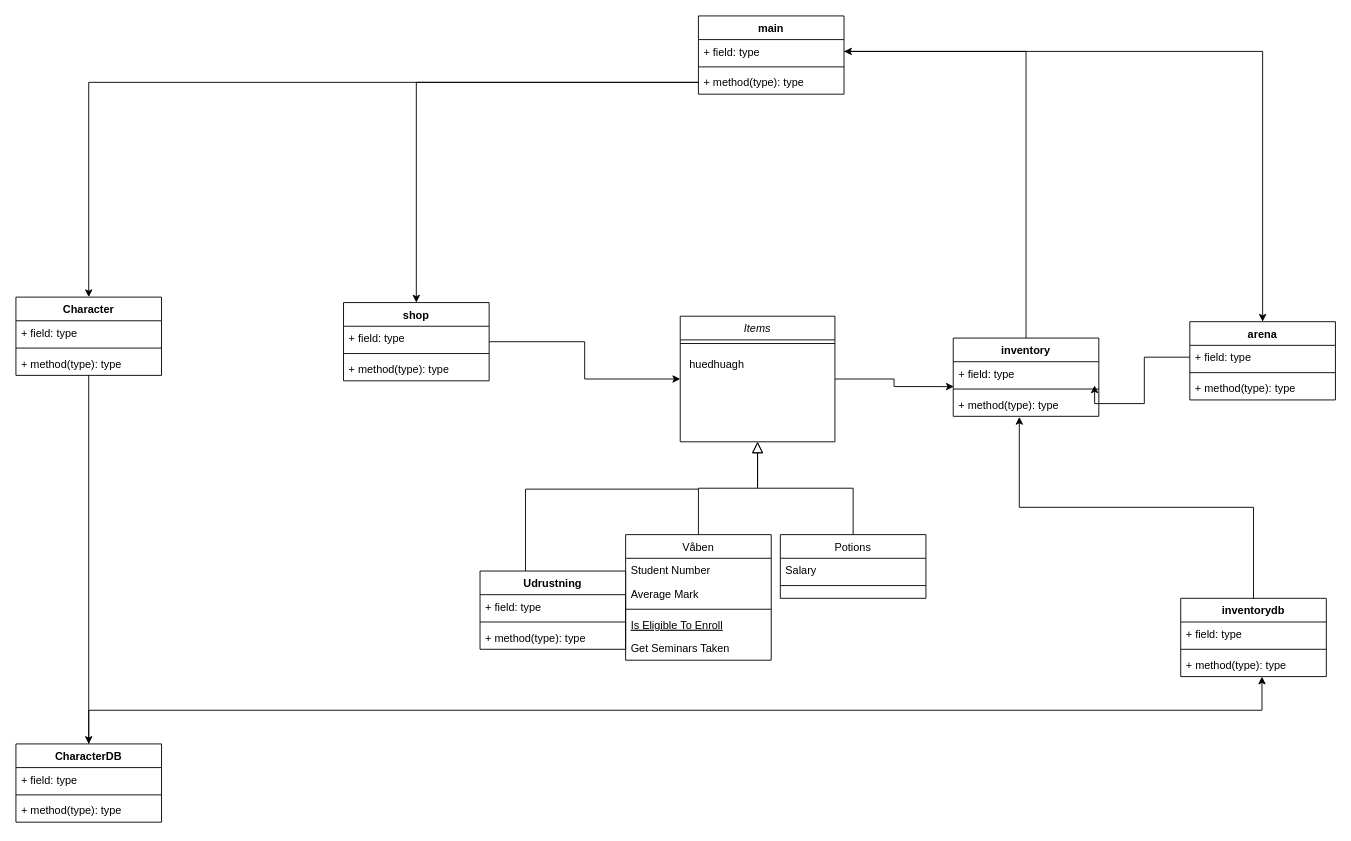
Earlier version of the draw.io diagram Unavngivet diagram.drawio (cao002eduzealand/waf). Source tidied: cells renumbered, new cells numbered last; positions are measured from the earlier drawing's top-left corner, leaving out a move shared by most shapes. Both pictures are drawn from the tidied source at 91%, with x=0, y=0 at pixel (15, 15).
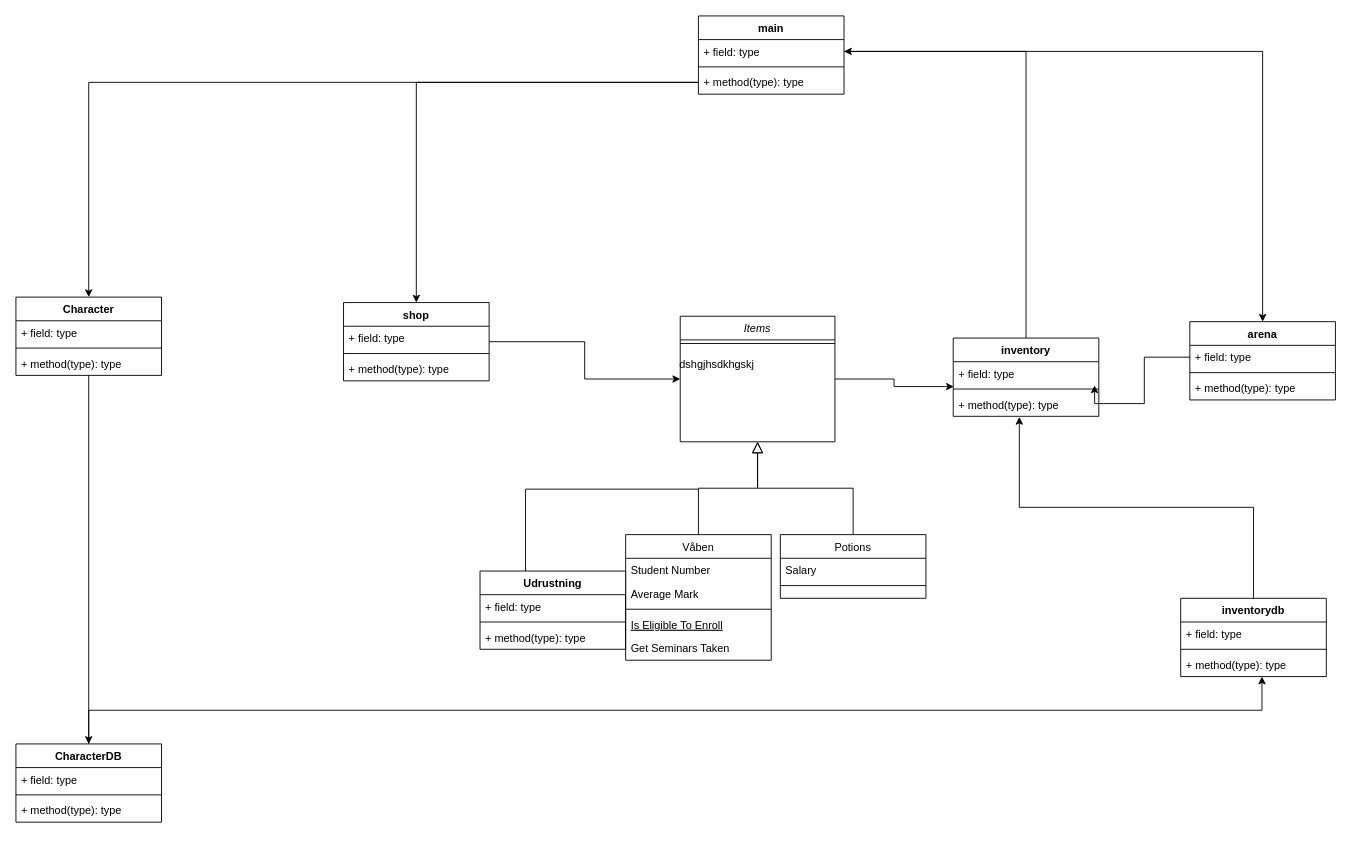
Above is the later version.

Change to the diagram source:
```diff
@@
-    <mxCell id="58" value="huedhuagh" style="text;html=1;align=center;verticalAlign=middle;strokeColor=none;fillColor=none;" parent="1" vertex="1">
-      <mxGeometry x="730" y="368" width="80" height="30" as="geometry" />
+    <mxCell id="58" value="dshgjhsdkhgskj" style="text;html=1;align=center;verticalAlign=middle;strokeColor=none;fillColor=none;" parent="1" vertex="1">
+      <mxGeometry x="715" y="368" width="110" height="30" as="geometry" />
     </mxCell>
```
